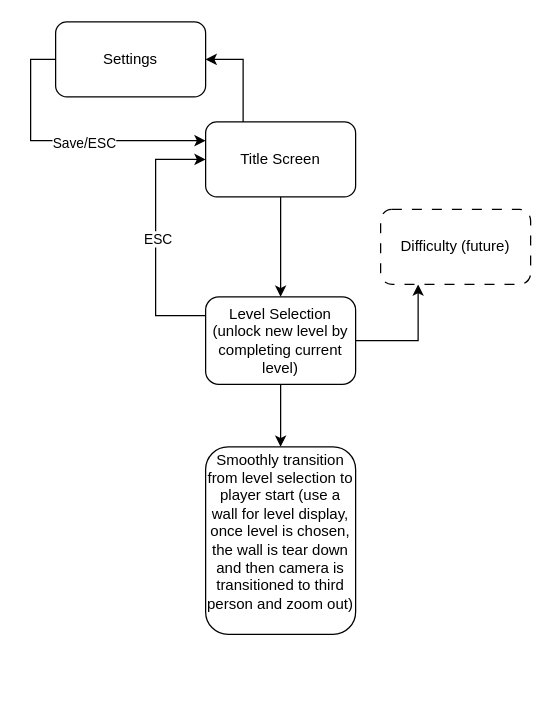
The draw.io diagram Untitled Diagram.drawio in songjian0127/HTML-, before the edit. Source tidied: cells renumbered, new cells numbered last; positions are measured from the earlier drawing's top-left corner, leaving out a move shared by most shapes. Both pictures are drawn from the tidied source at 125%, with x=0, y=0 at pixel (55, 21).
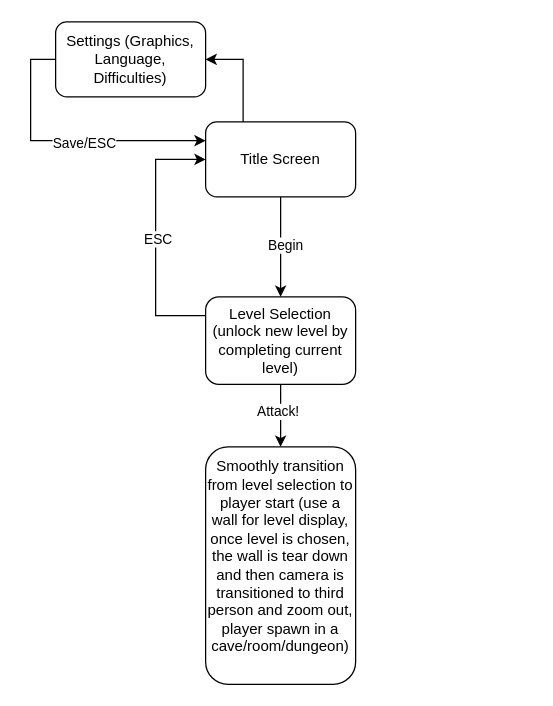
After the change.

Diff of the diagram source:
```diff
@@
 <mxGraphModel>
   <root>
     <mxCell id="0" />
     <mxCell id="1" parent="0" />
     <mxCell id="2" style="edgeStyle=orthogonalEdgeStyle;rounded=0;jettySize=auto;html=1;entryX=1;entryY=0.5;entryDx=0;entryDy=0;exitX=0.25;exitY=0;exitDx=0;exitDy=0;" parent="1" edge="1" source="4" target="7">
       <mxGeometry relative="1" as="geometry" />
     </mxCell>
     <mxCell id="3" style="edgeStyle=orthogonalEdgeStyle;rounded=0;jettySize=auto;html=1;" parent="1" edge="1" source="4" target="12">
       <mxGeometry relative="1" as="geometry" />
     </mxCell>
+    <mxCell id="15" value="Begin" style="edgeLabel;html=1;align=center;verticalAlign=middle;" parent="3" vertex="1">
+      <mxGeometry x="-0.06" y="3" relative="1" as="geometry" />
+    </mxCell>
     <mxCell id="4" value="Title Screen" style="rounded=1;whiteSpace=wrap;html=1;" parent="1" vertex="1">
       <mxGeometry x="120" y="80" width="120" height="60" as="geometry" />
     </mxCell>
     <mxCell id="5" style="edgeStyle=orthogonalEdgeStyle;rounded=0;jettySize=auto;html=1;exitX=0;exitY=0.5;exitDx=0;exitDy=0;entryX=0;entryY=0.25;entryDx=0;entryDy=0;" parent="1" edge="1" source="7" target="4">
       <mxGeometry relative="1" as="geometry" />
     </mxCell>
     <mxCell id="6" value="Save/ESC" style="edgeLabel;html=1;align=center;verticalAlign=middle;" parent="5" vertex="1">
       <mxGeometry x="0.13" y="-1" relative="1" as="geometry" />
     </mxCell>
-    <mxCell id="7" value="Settings" style="rounded=1;whiteSpace=wrap;html=1;" parent="1" vertex="1">
+    <mxCell id="7" value="Settings (Graphics, Language, Difficulties)" style="rounded=1;whiteSpace=wrap;html=1;" parent="1" vertex="1">
       <mxGeometry width="120" height="60" as="geometry" />
     </mxCell>
     <mxCell id="8" style="edgeStyle=orthogonalEdgeStyle;rounded=0;jettySize=auto;html=1;entryX=0;entryY=0.5;entryDx=0;entryDy=0;exitX=0;exitY=0.25;exitDx=0;exitDy=0;" parent="1" edge="1" source="12" target="4">
       <mxGeometry relative="1" as="geometry">
         <Array as="points">
           <mxPoint x="80" y="235" />
           <mxPoint x="80" y="110" />
         </Array>
       </mxGeometry>
     </mxCell>
     <mxCell id="9" value="ESC" style="edgeLabel;html=1;align=center;verticalAlign=middle;" parent="8" vertex="1">
       <mxGeometry y="-1" relative="1" as="geometry" />
     </mxCell>
-    <mxCell id="10" style="edgeStyle=orthogonalEdgeStyle;rounded=0;jettySize=auto;html=1;entryX=0.25;entryY=1;entryDx=0;entryDy=0;" parent="1" edge="1" source="12" target="13">
-      <mxGeometry relative="1" as="geometry" />
-    </mxCell>
     <mxCell id="11" style="edgeStyle=orthogonalEdgeStyle;rounded=0;jettySize=auto;html=1;exitX=0.5;exitY=1;exitDx=0;exitDy=0;" parent="1" edge="1" source="12" target="14">
       <mxGeometry relative="1" as="geometry" />
     </mxCell>
+    <mxCell id="16" value="Attack!" style="edgeLabel;html=1;align=center;verticalAlign=middle;" parent="11" vertex="1">
+      <mxGeometry x="-0.17" y="-3" relative="1" as="geometry" />
+    </mxCell>
     <mxCell id="12" value="Level Selection&lt;br&gt;(unlock new level by completing current level)" style="rounded=1;whiteSpace=wrap;html=1;" parent="1" vertex="1">
       <mxGeometry x="120" y="220" width="120" height="70" as="geometry" />
     </mxCell>
-    <mxCell id="13" value="Difficulty (future)" style="rounded=1;whiteSpace=wrap;html=1;fillColor=default;dashed=1;dashPattern=8 8;" parent="1" vertex="1">
-      <mxGeometry x="260" y="150" width="120" height="60" as="geometry" />
-    </mxCell>
-    <mxCell id="14" value="Smoothly transition from level selection to player start (use a wall for level display, once level is chosen, the wall is tear down and then camera is transitioned to third person and zoom out)&lt;div&gt;&lt;br&gt;&lt;/div&gt;" style="whiteSpace=wrap;html=1;rounded=1;" parent="1" vertex="1">
-      <mxGeometry x="120" y="340" width="120" height="150" as="geometry" />
+    <mxCell id="14" value="Smoothly transition from level selection to player start (use a wall for level display, once level is chosen, the wall is tear down and then camera is transitioned to third person and zoom out, player spawn in a cave/room/dungeon)&lt;div&gt;&lt;br&gt;&lt;/div&gt;" style="whiteSpace=wrap;html=1;rounded=1;" parent="1" vertex="1">
+      <mxGeometry x="120" y="340" width="120" height="190" as="geometry" />
     </mxCell>
   </root>
 </mxGraphModel>
```
